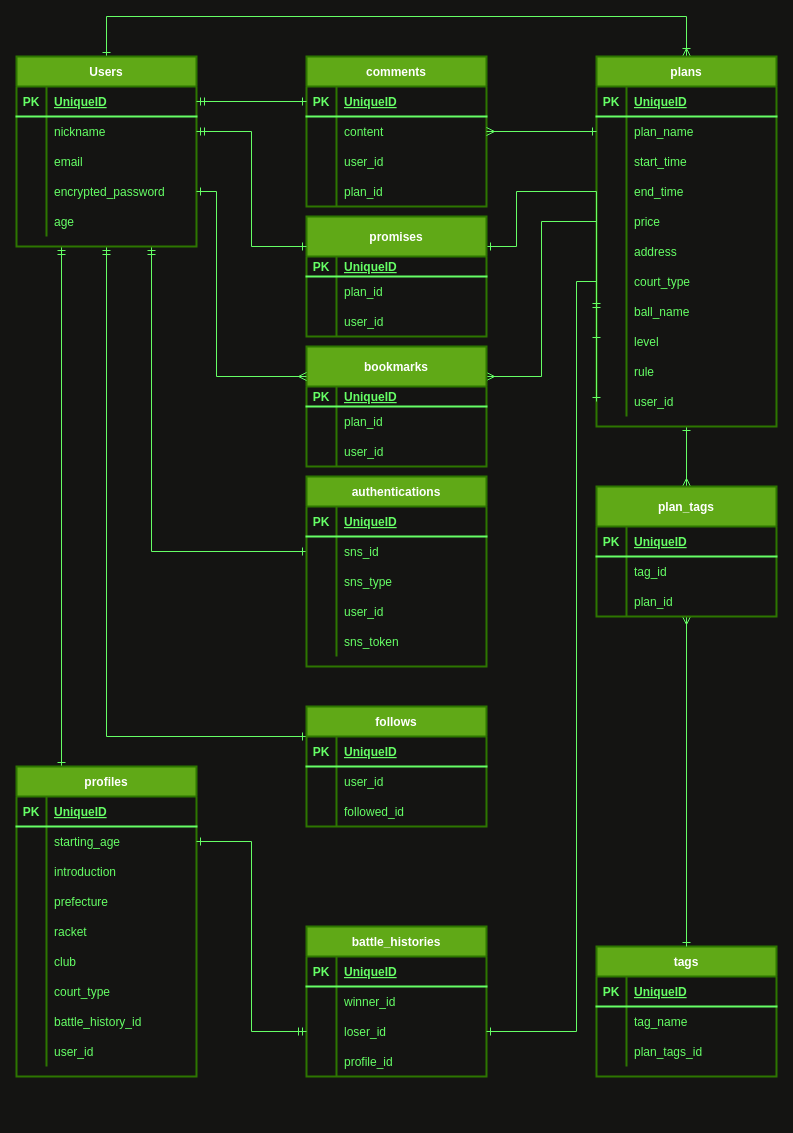
The draw.io diagram config/db.dio in 0123takaokeita/Tennis_encounter, before the edit. Source tidied: cells renumbered, new cells numbered last; positions are measured from the earlier drawing's top-left corner, leaving out a move shared by most shapes. Both pictures are drawn from the tidied source at 100%, with x=0, y=0 at pixel (16, 16).
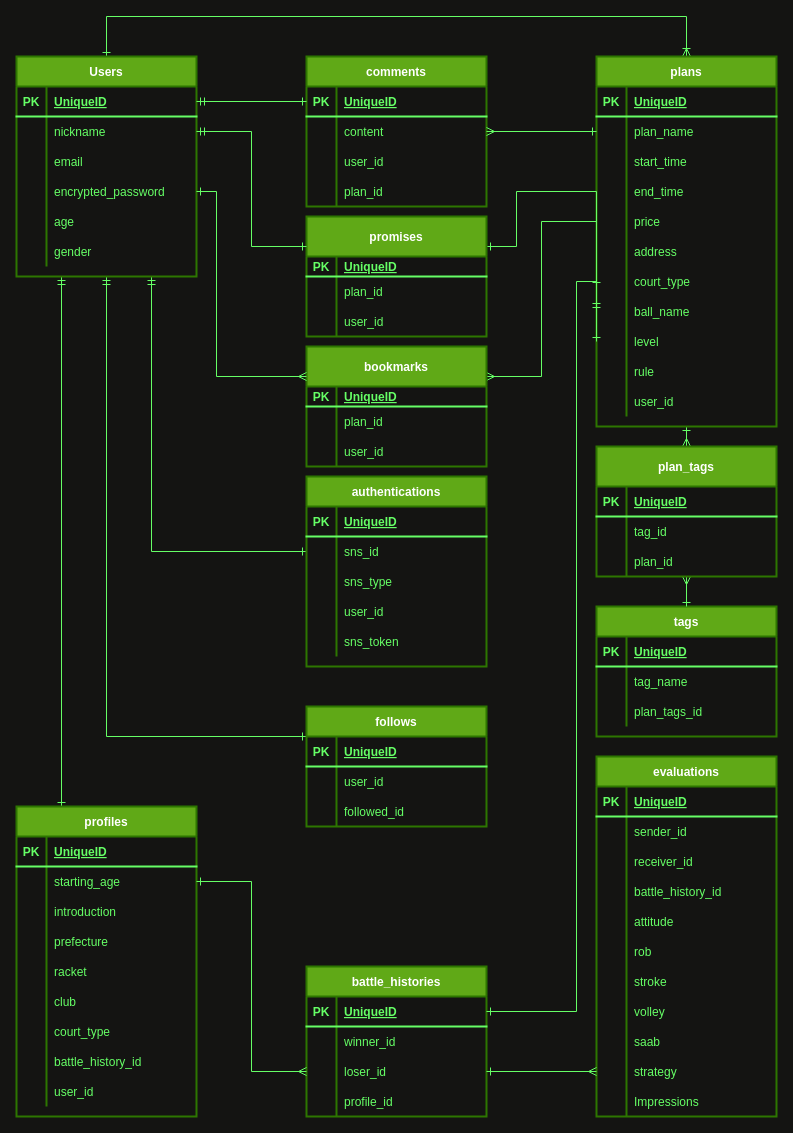
The same diagram, later.

Commit message (it also covers changes not shown here):
性別の追加

The change refers to these unchanged cells:
```xml
<mxCell id="54" style="shape=partialRectangle;fillColor=none;top=0;left=0;bottom=0;right=0;points=[[0,0.5],[1,0.5]];portConstraint=eastwest;labelBackgroundColor=none;strokeWidth=2;strokeColor=#66FF66;fontColor=#66FF66;" parent="23" vertex="1">
  <mxGeometry y="330" width="180" height="30" as="geometry" />
</mxCell>
<mxCell id="61" style="shape=partialRectangle;fillColor=none;top=0;left=0;bottom=0;right=0;points=[[0,0.5],[1,0.5]];portConstraint=eastwest;labelBackgroundColor=none;strokeWidth=2;strokeColor=#66FF66;fontColor=#66FF66;" parent="57" vertex="1">
  <mxGeometry y="60" width="180" height="30" as="geometry" />
</mxCell>
<mxCell id="142" style="shape=partialRectangle;fillColor=none;top=0;left=0;bottom=1;right=0;points=[[0,0.5],[1,0.5]];portConstraint=eastwest;labelBackgroundColor=none;strokeWidth=2;strokeColor=#66FF66;fontColor=#66FF66;" parent="141" vertex="1">
  <mxGeometry y="30" width="180" height="30" as="geometry" />
</mxCell>
<mxCell id="148" style="shape=partialRectangle;fillColor=none;top=0;left=0;bottom=0;right=0;points=[[0,0.5],[1,0.5]];portConstraint=eastwest;labelBackgroundColor=none;strokeWidth=2;strokeColor=#66FF66;fontColor=#66FF66;" parent="141" vertex="1">
  <mxGeometry y="90" width="180" height="30" as="geometry" />
</mxCell>
```

The edit, as a diff of the source:
```diff
@@
     <mxCell id="6" value="Users" style="shape=table;startSize=30;childLayout=tableLayout;rowLines=0;fontStyle=1;align=center;labelBackgroundColor=none;strokeWidth=2;strokeColor=#2D7600;fontColor=#ffffff;fillColor=#60a917;" parent="1" vertex="1">
-      <mxGeometry y="40" width="180" height="190" as="geometry" />
+      <mxGeometry y="40" width="180" height="220" as="geometry" />
     </mxCell>
@@
+    <mxCell id="187" style="shape=partialRectangle;fillColor=none;top=0;left=0;bottom=0;right=0;labelBackgroundColor=none;strokeWidth=2;strokeColor=#66FF66;fontColor=#66FF66;" parent="6" vertex="1">
+      <mxGeometry y="180" width="180" height="30" as="geometry" />
+    </mxCell>
+    <mxCell id="188" style="shape=partialRectangle;fillColor=none;top=0;left=0;bottom=0;right=0;overflow=hidden;labelBackgroundColor=none;strokeWidth=2;strokeColor=#66FF66;fontColor=#66FF66;" parent="187" vertex="1">
+      <mxGeometry width="30" height="30" as="geometry" />
+    </mxCell>
+    <mxCell id="189" value="gender" style="shape=partialRectangle;fillColor=none;top=0;left=0;bottom=0;right=0;align=left;spacingLeft=6;overflow=hidden;labelBackgroundColor=none;strokeWidth=2;strokeColor=#66FF66;fontColor=#66FF66;" parent="187" vertex="1">
+      <mxGeometry x="30" width="150" height="30" as="geometry" />
+    </mxCell>
@@
     <mxCell id="57" value="profiles" style="shape=table;startSize=30;childLayout=tableLayout;rowLines=0;fontStyle=1;align=center;labelBackgroundColor=none;strokeWidth=2;strokeColor=#2D7600;fontColor=#ffffff;fillColor=#60a917;" parent="1" vertex="1">
-      <mxGeometry y="750" width="180" height="310" as="geometry" />
+      <mxGeometry y="790" width="180" height="310" as="geometry" />
     </mxCell>
@@
     <mxCell id="120" value="tags" style="shape=table;startSize=30;childLayout=tableLayout;rowLines=0;fontStyle=1;align=center;labelBackgroundColor=none;strokeWidth=2;strokeColor=#2D7600;fontColor=#ffffff;fillColor=#60a917;" parent="1" vertex="1">
-      <mxGeometry x="580" y="930" width="180" height="130" as="geometry" />
+      <mxGeometry x="580" y="590" width="180" height="130" as="geometry" />
     </mxCell>
@@
     <mxCell id="131" value="plan_tags" style="shape=table;startSize=40;childLayout=tableLayout;rowLines=0;fontStyle=1;align=center;labelBackgroundColor=none;strokeWidth=2;strokeColor=#2D7600;fontColor=#ffffff;fillColor=#60a917;" parent="1" vertex="1">
-      <mxGeometry x="580" y="470" width="180" height="130" as="geometry" />
+      <mxGeometry x="580" y="430" width="180" height="130" as="geometry" />
     </mxCell>
@@
     <mxCell id="141" value="battle_histories" style="shape=table;startSize=30;childLayout=tableLayout;rowLines=0;fontStyle=1;align=center;labelBackgroundColor=none;strokeWidth=2;strokeColor=#2D7600;fontColor=#ffffff;fillColor=#60a917;" parent="1" vertex="1">
-      <mxGeometry x="290" y="910" width="180" height="150" as="geometry" />
+      <mxGeometry x="290" y="950" width="180" height="150" as="geometry" />
     </mxCell>
@@
-    <mxCell id="182" style="edgeStyle=orthogonalEdgeStyle;rounded=0;jettySize=auto;html=1;exitX=0;exitY=0.5;exitDx=0;exitDy=0;entryX=1;entryY=0.5;entryDx=0;entryDy=0;startArrow=ERmandOne;startFill=0;endArrow=ERone;endFill=0;strokeColor=#66FF66;fontColor=#66FF66;" parent="1" edge="1" source="148" target="61">
+    <mxCell id="182" style="edgeStyle=orthogonalEdgeStyle;rounded=0;jettySize=auto;html=1;exitX=0;exitY=0.5;exitDx=0;exitDy=0;entryX=1;entryY=0.5;entryDx=0;entryDy=0;startArrow=ERmany;startFill=0;endArrow=ERone;endFill=0;strokeColor=#66FF66;fontColor=#66FF66;fontStyle=1;" parent="1" edge="1" source="148" target="61">
       <mxGeometry relative="1" as="geometry" />
     </mxCell>
@@
-    <mxCell id="186" style="edgeStyle=orthogonalEdgeStyle;rounded=0;jettySize=auto;html=1;exitX=1;exitY=0.5;exitDx=0;exitDy=0;entryX=0;entryY=0.5;entryDx=0;entryDy=0;startArrow=ERone;startFill=0;endArrow=ERone;endFill=0;strokeColor=#66FF66;fontColor=#66FF66;" parent="1" edge="1" source="148" target="54">
+    <mxCell id="186" style="edgeStyle=orthogonalEdgeStyle;rounded=0;jettySize=auto;html=1;exitX=1;exitY=0.5;exitDx=0;exitDy=0;startArrow=ERone;startFill=0;endArrow=ERone;endFill=0;strokeColor=#66FF66;fontColor=#66FF66;" parent="1" edge="1" source="142">
       <mxGeometry relative="1" as="geometry">
+        <mxPoint x="580" y="270" as="targetPoint" />
         <Array as="points">
-          <mxPoint x="560" y="1015" />
+          <mxPoint x="560" y="995" />
           <mxPoint x="560" y="265" />
+          <mxPoint x="580" y="265" />
         </Array>
       </mxGeometry>
     </mxCell>
+    <mxCell id="190" value="evaluations" style="shape=table;startSize=30;childLayout=tableLayout;rowLines=0;fontStyle=1;align=center;labelBackgroundColor=none;strokeWidth=2;strokeColor=#2D7600;fontColor=#ffffff;fillColor=#60a917;" parent="1" vertex="1">
+      <mxGeometry x="580" y="740" width="180" height="360" as="geometry" />
+    </mxCell>
+    <mxCell id="191" style="shape=partialRectangle;fillColor=none;top=0;left=0;bottom=1;right=0;labelBackgroundColor=none;strokeWidth=2;strokeColor=#66FF66;fontColor=#66FF66;" parent="190" vertex="1">
+      <mxGeometry y="30" width="180" height="30" as="geometry" />
+    </mxCell>
+    <mxCell id="192" value="PK" style="shape=partialRectangle;fillColor=none;top=0;left=0;bottom=0;right=0;fontStyle=1;overflow=hidden;labelBackgroundColor=none;strokeWidth=2;strokeColor=#66FF66;fontColor=#66FF66;" parent="191" vertex="1">
+      <mxGeometry width="30" height="30" as="geometry" />
+    </mxCell>
+    <mxCell id="193" value="UniqueID" style="shape=partialRectangle;fillColor=none;top=0;left=0;bottom=0;right=0;align=left;spacingLeft=6;fontStyle=5;overflow=hidden;labelBackgroundColor=none;strokeWidth=2;strokeColor=#66FF66;fontColor=#66FF66;" parent="191" vertex="1">
+      <mxGeometry x="30" width="150" height="30" as="geometry" />
+    </mxCell>
+    <mxCell id="194" style="shape=partialRectangle;fillColor=none;top=0;left=0;bottom=0;right=0;labelBackgroundColor=none;strokeWidth=2;strokeColor=#66FF66;fontColor=#66FF66;" parent="190" vertex="1">
+      <mxGeometry y="60" width="180" height="30" as="geometry" />
+    </mxCell>
+    <mxCell id="195" style="shape=partialRectangle;fillColor=none;top=0;left=0;bottom=0;right=0;overflow=hidden;labelBackgroundColor=none;strokeWidth=2;strokeColor=#66FF66;fontColor=#66FF66;" parent="194" vertex="1">
+      <mxGeometry width="30" height="30" as="geometry" />
+    </mxCell>
+    <mxCell id="196" value="sender_id" style="shape=partialRectangle;fillColor=none;top=0;left=0;bottom=0;right=0;align=left;spacingLeft=6;overflow=hidden;labelBackgroundColor=none;strokeWidth=2;strokeColor=#66FF66;fontColor=#66FF66;" parent="194" vertex="1">
+      <mxGeometry x="30" width="150" height="30" as="geometry" />
+    </mxCell>
+    <mxCell id="197" style="shape=partialRectangle;fillColor=none;top=0;left=0;bottom=0;right=0;labelBackgroundColor=none;strokeWidth=2;strokeColor=#66FF66;fontColor=#66FF66;" parent="190" vertex="1">
+      <mxGeometry y="90" width="180" height="30" as="geometry" />
+    </mxCell>
+    <mxCell id="198" style="shape=partialRectangle;fillColor=none;top=0;left=0;bottom=0;right=0;overflow=hidden;labelBackgroundColor=none;strokeWidth=2;strokeColor=#66FF66;fontColor=#66FF66;" parent="197" vertex="1">
+      <mxGeometry width="30" height="30" as="geometry" />
+    </mxCell>
+    <mxCell id="199" value="receiver_id" style="shape=partialRectangle;fillColor=none;top=0;left=0;bottom=0;right=0;align=left;spacingLeft=6;overflow=hidden;labelBackgroundColor=none;strokeWidth=2;strokeColor=#66FF66;fontColor=#66FF66;" parent="197" vertex="1">
+      <mxGeometry x="30" width="150" height="30" as="geometry" />
+    </mxCell>
+    <mxCell id="200" style="shape=partialRectangle;fillColor=none;top=0;left=0;bottom=0;right=0;labelBackgroundColor=none;strokeWidth=2;strokeColor=#66FF66;fontColor=#66FF66;" parent="190" vertex="1">
+      <mxGeometry y="120" width="180" height="30" as="geometry" />
+    </mxCell>
+    <mxCell id="201" style="shape=partialRectangle;fillColor=none;top=0;left=0;bottom=0;right=0;overflow=hidden;labelBackgroundColor=none;strokeWidth=2;strokeColor=#66FF66;fontColor=#66FF66;" parent="200" vertex="1">
+      <mxGeometry width="30" height="30" as="geometry" />
+    </mxCell>
+    <mxCell id="202" value="battle_history_id" style="shape=partialRectangle;fillColor=none;top=0;left=0;bottom=0;right=0;align=left;spacingLeft=6;overflow=hidden;labelBackgroundColor=none;strokeWidth=2;strokeColor=#66FF66;fontColor=#66FF66;" parent="200" vertex="1">
+      <mxGeometry x="30" width="150" height="30" as="geometry" />
+    </mxCell>
+    <mxCell id="203" style="shape=partialRectangle;fillColor=none;top=0;left=0;bottom=0;right=0;labelBackgroundColor=none;strokeWidth=2;strokeColor=#66FF66;fontColor=#66FF66;" parent="190" vertex="1">
+      <mxGeometry y="150" width="180" height="30" as="geometry" />
+    </mxCell>
+    <mxCell id="204" style="shape=partialRectangle;fillColor=none;top=0;left=0;bottom=0;right=0;overflow=hidden;labelBackgroundColor=none;strokeWidth=2;strokeColor=#66FF66;fontColor=#66FF66;" parent="203" vertex="1">
+      <mxGeometry width="30" height="30" as="geometry" />
+    </mxCell>
+    <mxCell id="205" value="attitude" style="shape=partialRectangle;fillColor=none;top=0;left=0;bottom=0;right=0;align=left;spacingLeft=6;overflow=hidden;labelBackgroundColor=none;strokeWidth=2;strokeColor=#66FF66;fontColor=#66FF66;" parent="203" vertex="1">
+      <mxGeometry x="30" width="150" height="30" as="geometry" />
+    </mxCell>
+    <mxCell id="206" style="shape=partialRectangle;fillColor=none;top=0;left=0;bottom=0;right=0;labelBackgroundColor=none;strokeWidth=2;strokeColor=#66FF66;fontColor=#66FF66;" parent="190" vertex="1">
+      <mxGeometry y="180" width="180" height="30" as="geometry" />
+    </mxCell>
+    <mxCell id="207" style="shape=partialRectangle;fillColor=none;top=0;left=0;bottom=0;right=0;overflow=hidden;labelBackgroundColor=none;strokeWidth=2;strokeColor=#66FF66;fontColor=#66FF66;" parent="206" vertex="1">
+      <mxGeometry width="30" height="30" as="geometry" />
+    </mxCell>
+    <mxCell id="208" value="rob" style="shape=partialRectangle;fillColor=none;top=0;left=0;bottom=0;right=0;align=left;spacingLeft=6;overflow=hidden;labelBackgroundColor=none;strokeWidth=2;strokeColor=#66FF66;fontColor=#66FF66;fontStyle=0;" parent="206" vertex="1">
+      <mxGeometry x="30" width="150" height="30" as="geometry" />
+    </mxCell>
+    <mxCell id="209" style="shape=partialRectangle;fillColor=none;top=0;left=0;bottom=0;right=0;labelBackgroundColor=none;strokeWidth=2;strokeColor=#66FF66;fontColor=#66FF66;" parent="190" vertex="1">
+      <mxGeometry y="210" width="180" height="30" as="geometry" />
+    </mxCell>
+    <mxCell id="210" style="shape=partialRectangle;fillColor=none;top=0;left=0;bottom=0;right=0;overflow=hidden;labelBackgroundColor=none;strokeWidth=2;strokeColor=#66FF66;fontColor=#66FF66;" parent="209" vertex="1">
+      <mxGeometry width="30" height="30" as="geometry" />
+    </mxCell>
+    <mxCell id="211" value="stroke" style="shape=partialRectangle;fillColor=none;top=0;left=0;bottom=0;right=0;align=left;spacingLeft=6;overflow=hidden;labelBackgroundColor=none;strokeWidth=2;strokeColor=#66FF66;fontColor=#66FF66;" parent="209" vertex="1">
+      <mxGeometry x="30" width="150" height="30" as="geometry" />
+    </mxCell>
+    <mxCell id="212" style="shape=partialRectangle;fillColor=none;top=0;left=0;bottom=0;right=0;labelBackgroundColor=none;strokeWidth=2;strokeColor=#66FF66;fontColor=#66FF66;" parent="190" vertex="1">
+      <mxGeometry y="240" width="180" height="30" as="geometry" />
+    </mxCell>
+    <mxCell id="213" style="shape=partialRectangle;fillColor=none;top=0;left=0;bottom=0;right=0;overflow=hidden;labelBackgroundColor=none;strokeWidth=2;strokeColor=#66FF66;fontColor=#66FF66;" parent="212" vertex="1">
+      <mxGeometry width="30" height="30" as="geometry" />
+    </mxCell>
+    <mxCell id="214" value="volley" style="shape=partialRectangle;fillColor=none;top=0;left=0;bottom=0;right=0;align=left;spacingLeft=6;overflow=hidden;labelBackgroundColor=none;strokeWidth=2;strokeColor=#66FF66;fontColor=#66FF66;" parent="212" vertex="1">
+      <mxGeometry x="30" width="150" height="30" as="geometry" />
+    </mxCell>
+    <mxCell id="215" style="shape=partialRectangle;fillColor=none;top=0;left=0;bottom=0;right=0;labelBackgroundColor=none;strokeWidth=2;strokeColor=#66FF66;fontColor=#66FF66;" parent="190" vertex="1">
+      <mxGeometry y="270" width="180" height="30" as="geometry" />
+    </mxCell>
+    <mxCell id="216" style="shape=partialRectangle;fillColor=none;top=0;left=0;bottom=0;right=0;overflow=hidden;labelBackgroundColor=none;strokeWidth=2;strokeColor=#66FF66;fontColor=#66FF66;" parent="215" vertex="1">
+      <mxGeometry width="30" height="30" as="geometry" />
+    </mxCell>
+    <mxCell id="217" value="saab" style="shape=partialRectangle;fillColor=none;top=0;left=0;bottom=0;right=0;align=left;spacingLeft=6;overflow=hidden;labelBackgroundColor=none;strokeWidth=2;strokeColor=#66FF66;fontColor=#66FF66;" parent="215" vertex="1">
+      <mxGeometry x="30" width="150" height="30" as="geometry" />
+    </mxCell>
+    <mxCell id="218" style="shape=partialRectangle;fillColor=none;top=0;left=0;bottom=0;right=0;points=[[0,0.5],[1,0.5]];portConstraint=eastwest;labelBackgroundColor=none;strokeWidth=2;strokeColor=#66FF66;fontColor=#66FF66;" parent="190" vertex="1">
+      <mxGeometry y="300" width="180" height="30" as="geometry" />
+    </mxCell>
+    <mxCell id="219" style="shape=partialRectangle;fillColor=none;top=0;left=0;bottom=0;right=0;overflow=hidden;labelBackgroundColor=none;strokeWidth=2;strokeColor=#66FF66;fontColor=#66FF66;" parent="218" vertex="1">
+      <mxGeometry width="30" height="30" as="geometry" />
+    </mxCell>
+    <mxCell id="220" value="strategy" style="shape=partialRectangle;fillColor=none;top=0;left=0;bottom=0;right=0;align=left;spacingLeft=6;overflow=hidden;labelBackgroundColor=none;strokeWidth=2;strokeColor=#66FF66;fontColor=#66FF66;fontStyle=0;" parent="218" vertex="1">
+      <mxGeometry x="30" width="150" height="30" as="geometry" />
+    </mxCell>
+    <mxCell id="221" style="shape=partialRectangle;fillColor=none;top=0;left=0;bottom=0;right=0;labelBackgroundColor=none;strokeWidth=2;strokeColor=#66FF66;fontColor=#66FF66;" parent="190" vertex="1">
+      <mxGeometry y="330" width="180" height="30" as="geometry" />
+    </mxCell>
+    <mxCell id="222" style="shape=partialRectangle;fillColor=none;top=0;left=0;bottom=0;right=0;overflow=hidden;labelBackgroundColor=none;strokeWidth=2;strokeColor=#66FF66;fontColor=#66FF66;" parent="221" vertex="1">
+      <mxGeometry width="30" height="30" as="geometry" />
+    </mxCell>
+    <mxCell id="223" value="Impressions" style="shape=partialRectangle;fillColor=none;top=0;left=0;bottom=0;right=0;align=left;spacingLeft=6;overflow=hidden;labelBackgroundColor=none;strokeWidth=2;strokeColor=#66FF66;fontColor=#66FF66;" parent="221" vertex="1">
+      <mxGeometry x="30" width="150" height="30" as="geometry" />
+    </mxCell>
+    <mxCell id="224" style="edgeStyle=orthogonalEdgeStyle;rounded=0;jettySize=auto;html=1;exitX=1;exitY=0.5;exitDx=0;exitDy=0;startArrow=ERone;startFill=0;endArrow=ERmany;endFill=0;fillColor=#60a917;strokeColor=#66FF66;" parent="1" edge="1" source="148" target="218">
+      <mxGeometry relative="1" as="geometry" />
+    </mxCell>
```
